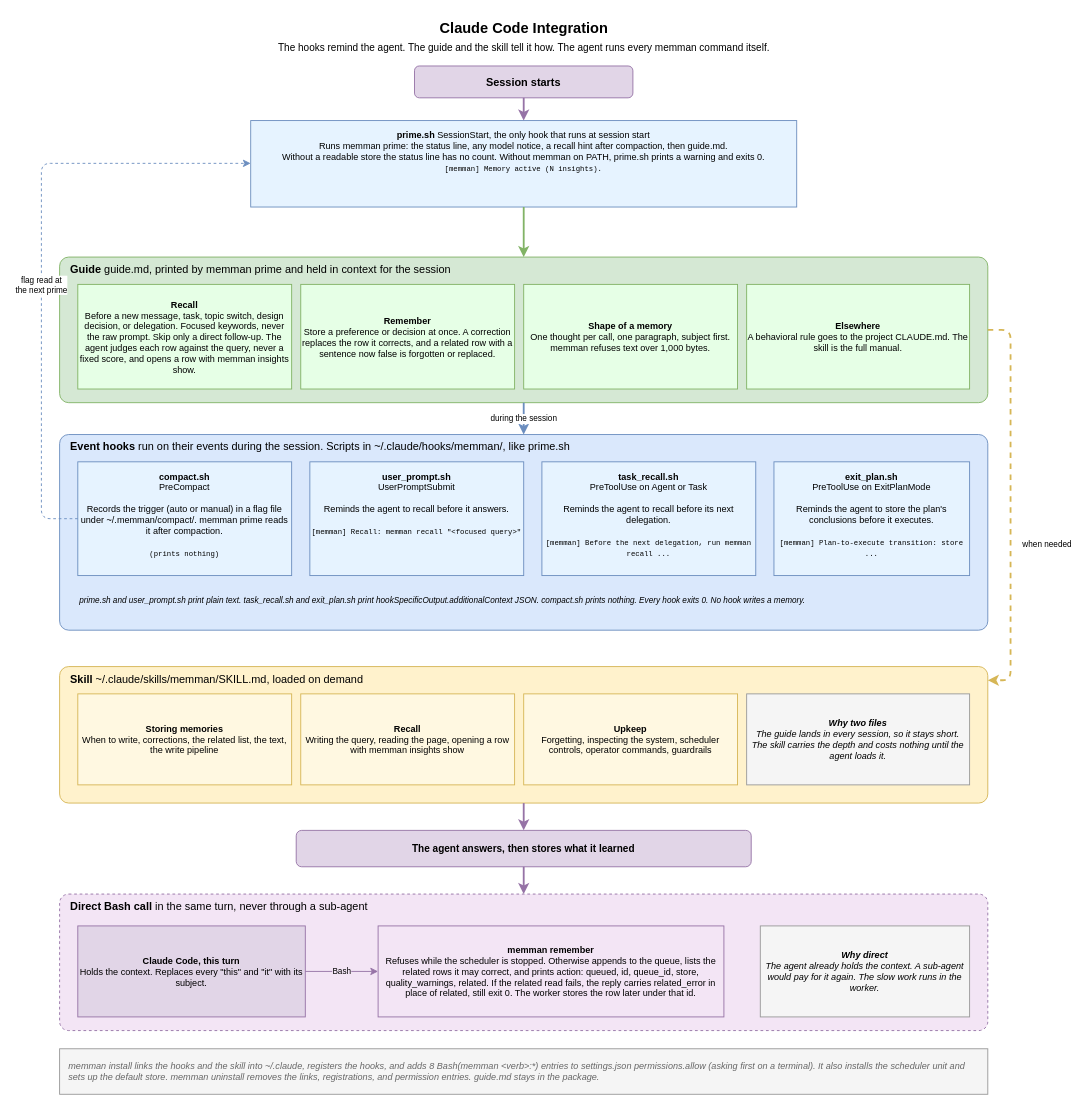
Above: docs/diagrams/06-integration.drawio in bissli/memman (draw.io), before the change. Source tidied: cells renumbered, new cells numbered last; positions are measured from the earlier drawing's top-left corner, leaving out a move shared by most shapes. Both pictures are drawn from the tidied source at 91%, with x=0, y=0 at pixel (41, 15).
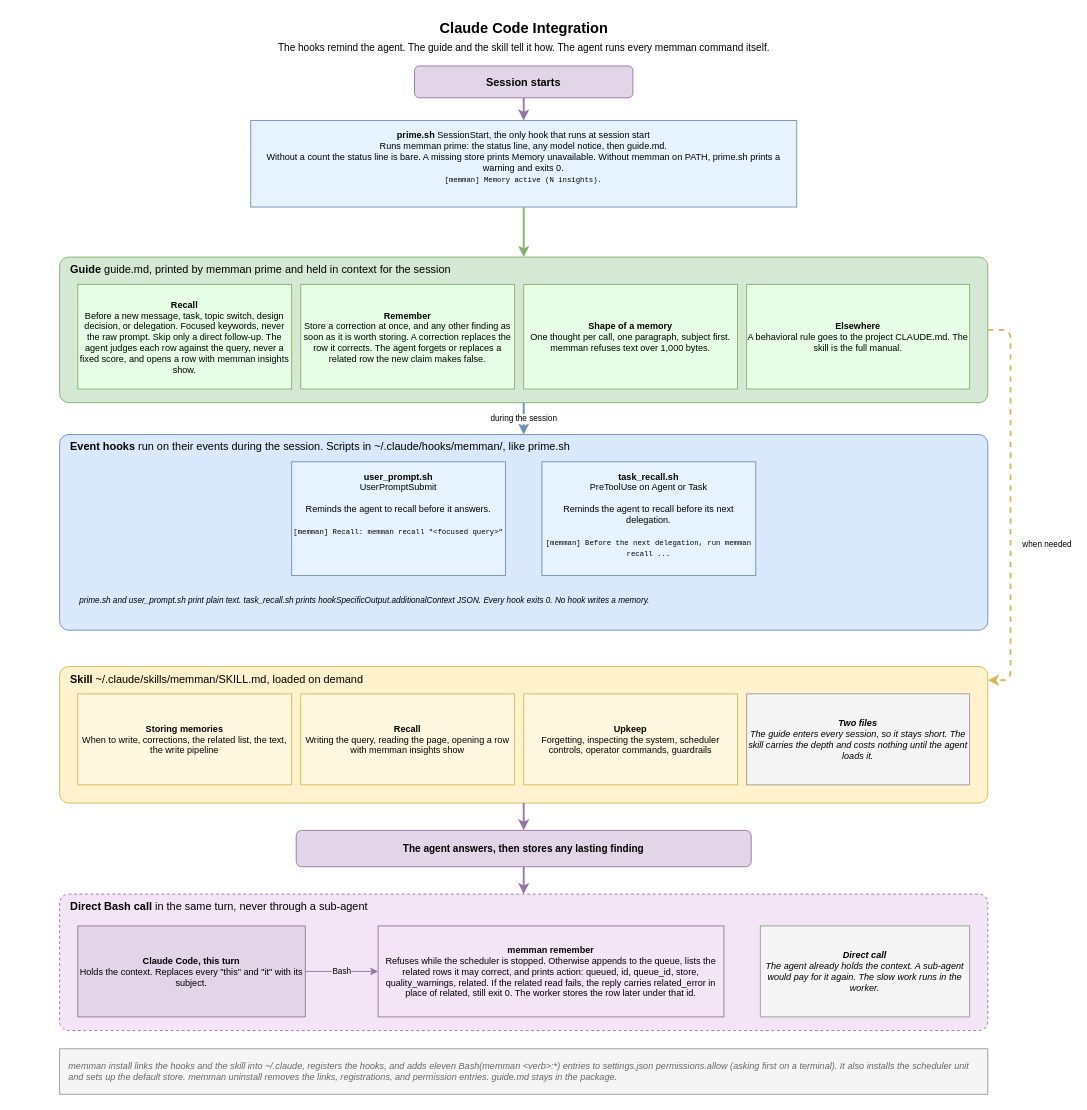
Above is the later version.

Diff of the diagram source:
```diff
@@
-    <mxCell id="5" value="&lt;b&gt;prime.sh&lt;/b&gt;  SessionStart, the only hook that runs at session start&lt;br&gt;Runs memman prime: the status line, any model notice, a recall hint after compaction, then guide.md.&lt;br&gt;Without a readable store the status line has no count. Without memman on PATH, prime.sh prints a warning and exits 0.&lt;br&gt;&lt;font style=&quot;font-family:monospace;font-size:8px&quot;&gt;[memman] Memory active (N insights).&lt;/font&gt;" style="rounded=0;whiteSpace=wrap;html=1;fillColor=#E6F3FF;strokeColor=#6c8ebf;fontSize=10;verticalAlign=top;spacingTop=4;" parent="1" vertex="1">
+    <mxCell id="5" value="&lt;b&gt;prime.sh&lt;/b&gt;  SessionStart, the only hook that runs at session start&lt;br&gt;Runs memman prime: the status line, any model notice, then guide.md.&lt;br&gt;Without a count the status line is bare. A missing store prints Memory unavailable. Without memman on PATH, prime.sh prints a warning and exits 0.&lt;br&gt;&lt;font style=&quot;font-family:monospace;font-size:8px&quot;&gt;[memman] Memory active (N insights).&lt;/font&gt;" style="rounded=0;whiteSpace=wrap;html=1;fillColor=#E6F3FF;strokeColor=#6c8ebf;fontSize=10;verticalAlign=top;spacingTop=4;" parent="1" vertex="1">
       <mxGeometry x="230" y="115" width="600" height="95" as="geometry" />
     </mxCell>
     <mxCell id="6" value="&lt;b&gt;user_prompt.sh&lt;/b&gt;&lt;br&gt;UserPromptSubmit&lt;br&gt;&lt;br&gt;Reminds the agent to recall before it answers.&lt;br&gt;&lt;br&gt;&lt;font style=&quot;font-family:monospace;font-size:8px&quot;&gt;[memman] Recall: memman recall &quot;&amp;lt;focused query&amp;gt;&quot;&lt;/font&gt;" style="rounded=0;whiteSpace=wrap;html=1;fillColor=#E6F3FF;strokeColor=#6c8ebf;fontSize=10;verticalAlign=top;spacingTop=4;" parent="1" vertex="1">
-      <mxGeometry x="295" y="490" width="235" height="125" as="geometry" />
+      <mxGeometry x="275" y="490" width="235" height="125" as="geometry" />
     </mxCell>
-    <mxCell id="7" value="&lt;b&gt;compact.sh&lt;/b&gt;&lt;br&gt;PreCompact&lt;br&gt;&lt;br&gt;Records the trigger (auto or manual) in a flag file under ~/.memman/compact/. memman prime reads it after compaction.&lt;br&gt;&lt;br&gt;&lt;font style=&quot;font-family:monospace;font-size:8px&quot;&gt;(prints nothing)&lt;/font&gt;" style="rounded=0;whiteSpace=wrap;html=1;fillColor=#E6F3FF;strokeColor=#6c8ebf;fontSize=10;verticalAlign=top;spacingTop=4;" parent="1" vertex="1">
-      <mxGeometry x="40" y="490" width="235" height="125" as="geometry" />
-    </mxCell>
@@
-    <mxCell id="9" value="&lt;b&gt;exit_plan.sh&lt;/b&gt;&lt;br&gt;PreToolUse on ExitPlanMode&lt;br&gt;&lt;br&gt;Reminds the agent to store the plan's conclusions before it executes.&lt;br&gt;&lt;br&gt;&lt;font style=&quot;font-family:monospace;font-size:8px&quot;&gt;[memman] Plan-to-execute transition: store ...&lt;/font&gt;" style="rounded=0;whiteSpace=wrap;html=1;fillColor=#E6F3FF;strokeColor=#6c8ebf;fontSize=10;verticalAlign=top;spacingTop=4;" parent="1" vertex="1">
-      <mxGeometry x="805" y="490" width="215" height="125" as="geometry" />
-    </mxCell>
-    <mxCell id="10" value="prime.sh and user_prompt.sh print plain text. task_recall.sh and exit_plan.sh print hookSpecificOutput.additionalContext JSON. compact.sh prints nothing. Every hook exits 0. No hook writes a memory." style="text;html=1;whiteSpace=wrap;align=left;verticalAlign=middle;fontSize=9;fontStyle=2;fillColor=none;strokeColor=none;" parent="1" vertex="1">
+    <mxCell id="10" value="prime.sh and user_prompt.sh print plain text. task_recall.sh prints hookSpecificOutput.additionalContext JSON. Every hook exits 0. No hook writes a memory." style="text;html=1;whiteSpace=wrap;align=left;verticalAlign=middle;fontSize=9;fontStyle=2;fillColor=none;strokeColor=none;" parent="1" vertex="1">
       <mxGeometry x="40" y="623" width="980" height="40" as="geometry" />
     </mxCell>
@@
-    <mxCell id="13" value="&lt;b&gt;Remember&lt;/b&gt;&lt;br&gt;Store a preference or decision at once. A correction replaces the row it corrects, and a related row with a sentence now false is forgotten or replaced." style="rounded=0;whiteSpace=wrap;html=1;fillColor=#E6FFE6;strokeColor=#82b366;fontSize=10;" parent="1" vertex="1">
+    <mxCell id="13" value="&lt;b&gt;Remember&lt;/b&gt;&lt;br&gt;Store a correction at once, and any other finding as soon as it is worth storing. A correction replaces the row it corrects. The agent forgets or replaces a related row the new claim makes false." style="rounded=0;whiteSpace=wrap;html=1;fillColor=#E6FFE6;strokeColor=#82b366;fontSize=10;" parent="1" vertex="1">
       <mxGeometry x="285" y="295" width="235" height="115" as="geometry" />
     </mxCell>
@@
-    <mxCell id="20" value="&lt;b&gt;Why two files&lt;/b&gt;&lt;br&gt;The guide lands in every session, so it stays short. The skill carries the depth and costs nothing until the agent loads it." style="rounded=0;whiteSpace=wrap;html=1;fillColor=#f5f5f5;strokeColor=#999999;fontSize=10;fontStyle=2;" parent="1" vertex="1">
+    <mxCell id="20" value="&lt;b&gt;Two files&lt;/b&gt;&lt;br&gt;The guide enters every session, so it stays short. The skill carries the depth and costs nothing until the agent loads it." style="rounded=0;whiteSpace=wrap;html=1;fillColor=#f5f5f5;strokeColor=#999999;fontSize=10;fontStyle=2;" parent="1" vertex="1">
       <mxGeometry x="775" y="745" width="245" height="100" as="geometry" />
     </mxCell>
-    <mxCell id="21" value="&lt;b&gt;The agent answers, then stores what it learned&lt;/b&gt;" style="rounded=1;whiteSpace=wrap;html=1;fillColor=#e1d5e7;strokeColor=#9673a6;fontSize=11;" parent="1" vertex="1">
+    <mxCell id="21" value="&lt;b&gt;The agent answers, then stores any lasting finding&lt;/b&gt;" style="rounded=1;whiteSpace=wrap;html=1;fillColor=#e1d5e7;strokeColor=#9673a6;fontSize=11;" parent="1" vertex="1">
       <mxGeometry x="280" y="895" width="500" height="40" as="geometry" />
     </mxCell>
@@
-    <mxCell id="25" value="&lt;b&gt;Why direct&lt;/b&gt;&lt;br&gt;The agent already holds the context. A sub-agent would pay for it again. The slow work runs in the worker." style="rounded=0;whiteSpace=wrap;html=1;fillColor=#f5f5f5;strokeColor=#999999;fontSize=10;fontStyle=2;" parent="1" vertex="1">
+    <mxCell id="25" value="&lt;b&gt;Direct call&lt;/b&gt;&lt;br&gt;The agent already holds the context. A sub-agent would pay for it again. The slow work runs in the worker." style="rounded=0;whiteSpace=wrap;html=1;fillColor=#f5f5f5;strokeColor=#999999;fontSize=10;fontStyle=2;" parent="1" vertex="1">
       <mxGeometry x="790" y="1000" width="230" height="100" as="geometry" />
     </mxCell>
-    <mxCell id="26" value="memman install links the hooks and the skill into ~/.claude, registers the hooks, and adds 8 Bash(memman &amp;lt;verb&amp;gt;:*) entries to settings.json permissions.allow (asking first on a terminal). It also installs the scheduler unit and sets up the default store. memman uninstall removes the links, registrations, and permission entries. guide.md stays in the package." style="rounded=0;whiteSpace=wrap;html=1;align=left;spacingLeft=8;spacingRight=8;fontSize=10;fillColor=#f5f5f5;strokeColor=#999999;fontColor=#666666;fontStyle=2;" parent="1" vertex="1">
+    <mxCell id="26" value="memman install links the hooks and the skill into ~/.claude, registers the hooks, and adds eleven Bash(memman &amp;lt;verb&amp;gt;:*) entries to settings.json permissions.allow (asking first on a terminal). It also installs the scheduler unit and sets up the default store. memman uninstall removes the links, registrations, and permission entries. guide.md stays in the package." style="rounded=0;whiteSpace=wrap;html=1;align=left;spacingLeft=8;spacingRight=8;fontSize=10;fillColor=#f5f5f5;strokeColor=#999999;fontColor=#666666;fontStyle=2;" parent="1" vertex="1">
       <mxGeometry x="20" y="1135" width="1020" height="50" as="geometry" />
     </mxCell>
@@
-    <mxCell id="30" value="flag read at&lt;br&gt;the next prime" style="edgeStyle=orthogonalEdgeStyle;rounded=1;html=1;strokeColor=#6c8ebf;strokeWidth=1;dashed=1;fontSize=9;labelBackgroundColor=#ffffff;" parent="1" edge="1" source="7" target="5">
-      <mxGeometry x="-0.1" relative="1" as="geometry">
-        <Array as="points">
-          <mxPoint y="552" />
-          <mxPoint y="162" />
-        </Array>
-      </mxGeometry>
-    </mxCell>
```
